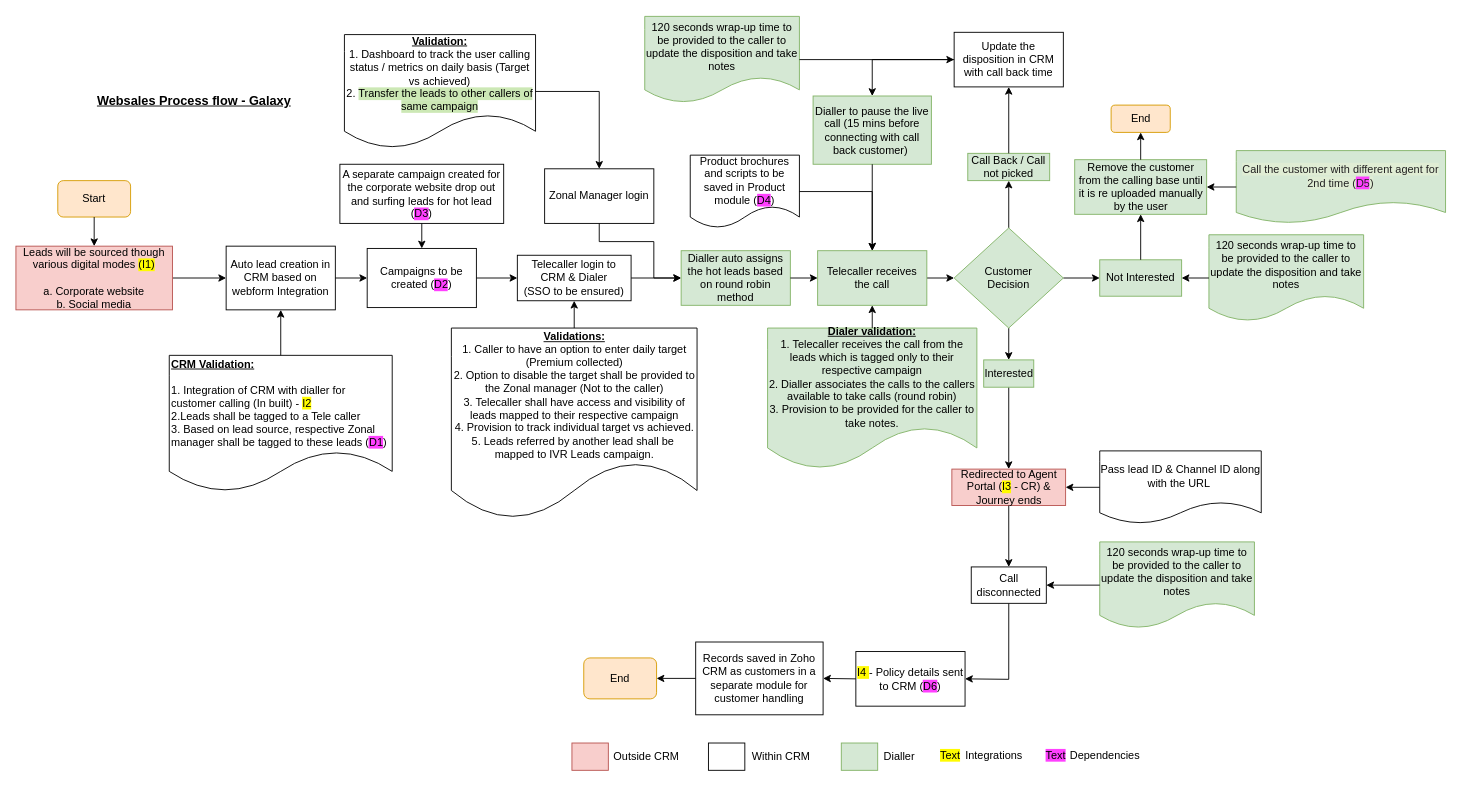
Above: WebSales Revised.drawio in shaileshsreedar/Galaxy (draw.io), before the change. Source tidied: cells renumbered, new cells numbered last; positions are measured from the earlier drawing's top-left corner, leaving out a move shared by most shapes. Both pictures are drawn from the tidied source at 91%, with x=0, y=0 at pixel (15, 15).
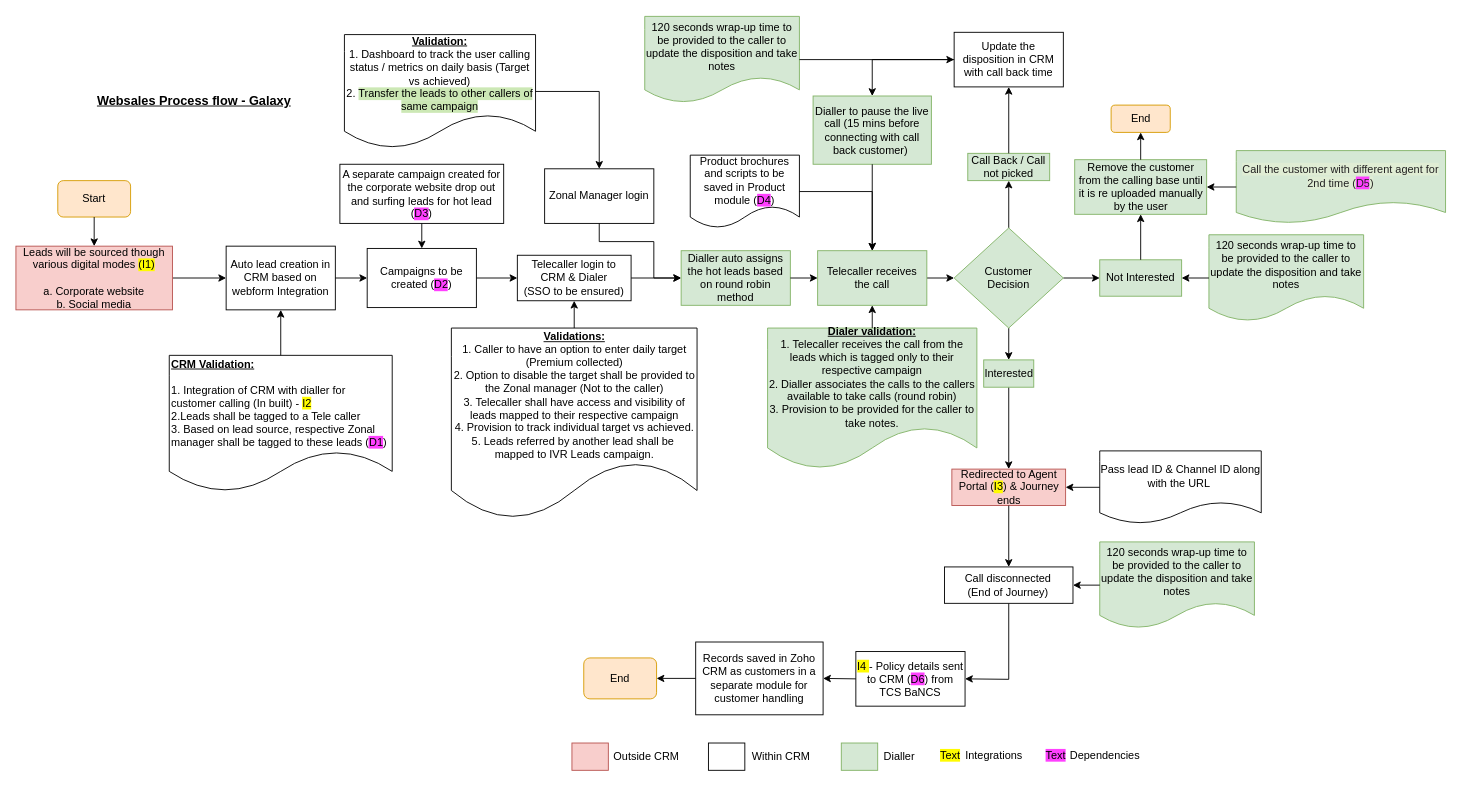
Above is the later version.

Change to the diagram source:
```diff
@@
-    <mxCell id="14" value="Redirected to Agent Portal (&lt;span style=&quot;background-color: rgb(255, 251, 0);&quot;&gt;I3&lt;/span&gt;&amp;nbsp;- CR) &amp;amp; Journey ends" style="whiteSpace=wrap;html=1;fillColor=#f8cecc;strokeColor=#b85450;" parent="1" vertex="1">
+    <mxCell id="14" value="Redirected to Agent Portal (&lt;span style=&quot;background-color: rgb(255, 251, 0);&quot;&gt;I3&lt;/span&gt;) &amp;amp; Journey ends" style="whiteSpace=wrap;html=1;fillColor=#f8cecc;strokeColor=#b85450;" parent="1" vertex="1">
       <mxGeometry x="1028.5" y="498" width="125" height="40" as="geometry" />
     </mxCell>
-    <mxCell id="15" value="&lt;span style=&quot;background-color: rgb(255, 251, 0);&quot;&gt;I4&amp;nbsp;&lt;/span&gt;- Policy details sent to CRM (&lt;span style=&quot;background-color: rgb(255, 64, 255);&quot;&gt;D6&lt;/span&gt;)" style="whiteSpace=wrap;html=1;" parent="1" vertex="1">
+    <mxCell id="15" value="&lt;span style=&quot;background-color: rgb(255, 251, 0);&quot;&gt;I4&amp;nbsp;&lt;/span&gt;- Policy details sent to CRM (&lt;span style=&quot;background-color: rgb(255, 64, 255);&quot;&gt;D6&lt;/span&gt;) from TCS BaNCS" style="whiteSpace=wrap;html=1;" parent="1" vertex="1">
       <mxGeometry x="923" y="698.5" width="120" height="60" as="geometry" />
     </mxCell>
@@
-    <mxCell id="67" value="Call disconnected" style="rounded=0;whiteSpace=wrap;html=1;" parent="1" vertex="1">
-      <mxGeometry x="1049.8" y="605.5" width="82.5" height="40" as="geometry" />
+    <mxCell id="67" value="Call disconnected&lt;div&gt;(End of Journey)&lt;/div&gt;" style="rounded=0;whiteSpace=wrap;html=1;" parent="1" vertex="1">
+      <mxGeometry x="1020.4" y="605.5" width="141.2" height="40" as="geometry" />
     </mxCell>
```
